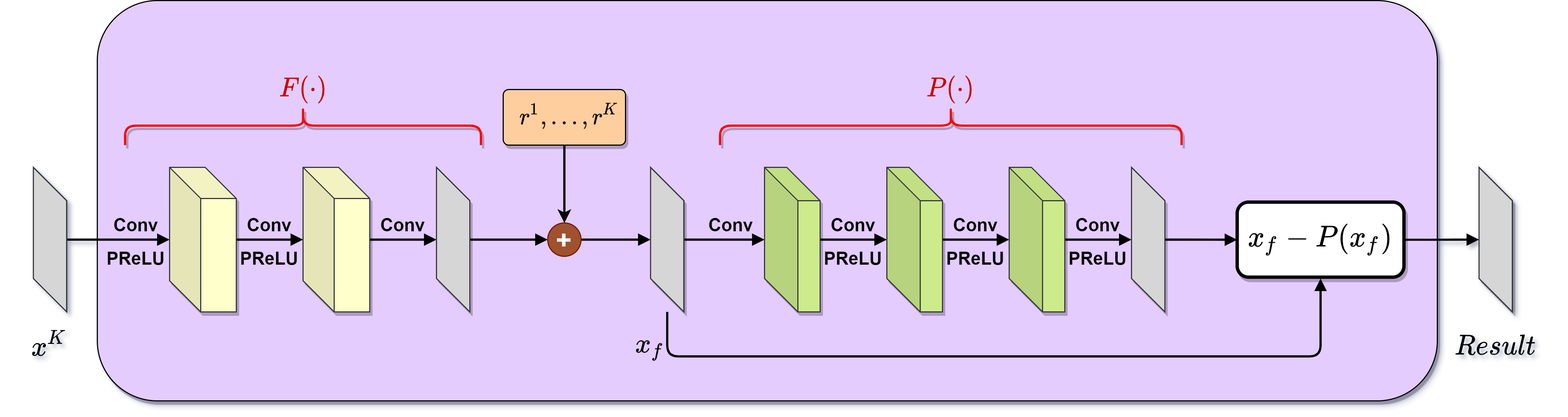
Before: images/RIM.png, a diagram exported from draw.io (junp-hao/PoP-CSNet). Source tidied: cells renumbered, new cells last; positions are measured from the earlier drawing's top-left corner, leaving out a move shared by most shapes.
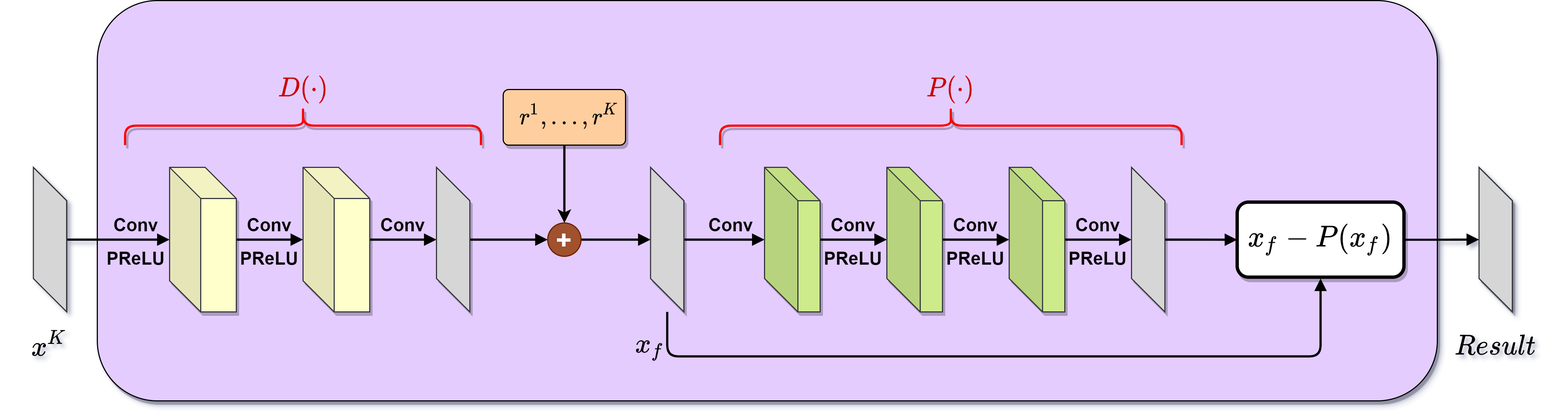
Above is the later version.

Change to the diagram source:
```diff
@@ -139,7 +139,7 @@
     <mxCell id="44" style="shape=curlyBracket;whiteSpace=wrap;html=1;rounded=1;strokeColor=#FF0000;strokeWidth=2;fillColor=#FF0000;size=0.5;direction=south;fontStyle=1;shadow=1;" parent="1" vertex="1">
       <mxGeometry x="100" y="95" width="320" height="35" as="geometry" />
     </mxCell>
-    <mxCell id="45" value="&lt;font color=&quot;#cc0000&quot;&gt;$$F(·)$$&lt;/font&gt;" style="text;html=1;strokeColor=none;fillColor=none;align=center;verticalAlign=middle;whiteSpace=wrap;rounded=0;shadow=1;glass=0;labelBackgroundColor=none;fontSize=20;fontColor=#000000;direction=west;" parent="1" vertex="1">
+    <mxCell id="45" value="&lt;font color=&quot;#cc0000&quot;&gt;$$D(·)$$&lt;/font&gt;" style="text;html=1;strokeColor=none;fillColor=none;align=center;verticalAlign=middle;whiteSpace=wrap;rounded=0;shadow=1;glass=0;labelBackgroundColor=none;fontSize=20;fontColor=#000000;direction=west;" parent="1" vertex="1">
       <mxGeometry x="203.8" y="70" width="112.5" height="20" as="geometry" />
     </mxCell>
     <mxCell id="46" style="shape=curlyBracket;whiteSpace=wrap;html=1;rounded=1;strokeColor=#FF0000;strokeWidth=2;fillColor=#FF0000;size=0.5;direction=south;fontStyle=1;shadow=1;" parent="1" vertex="1">
```
